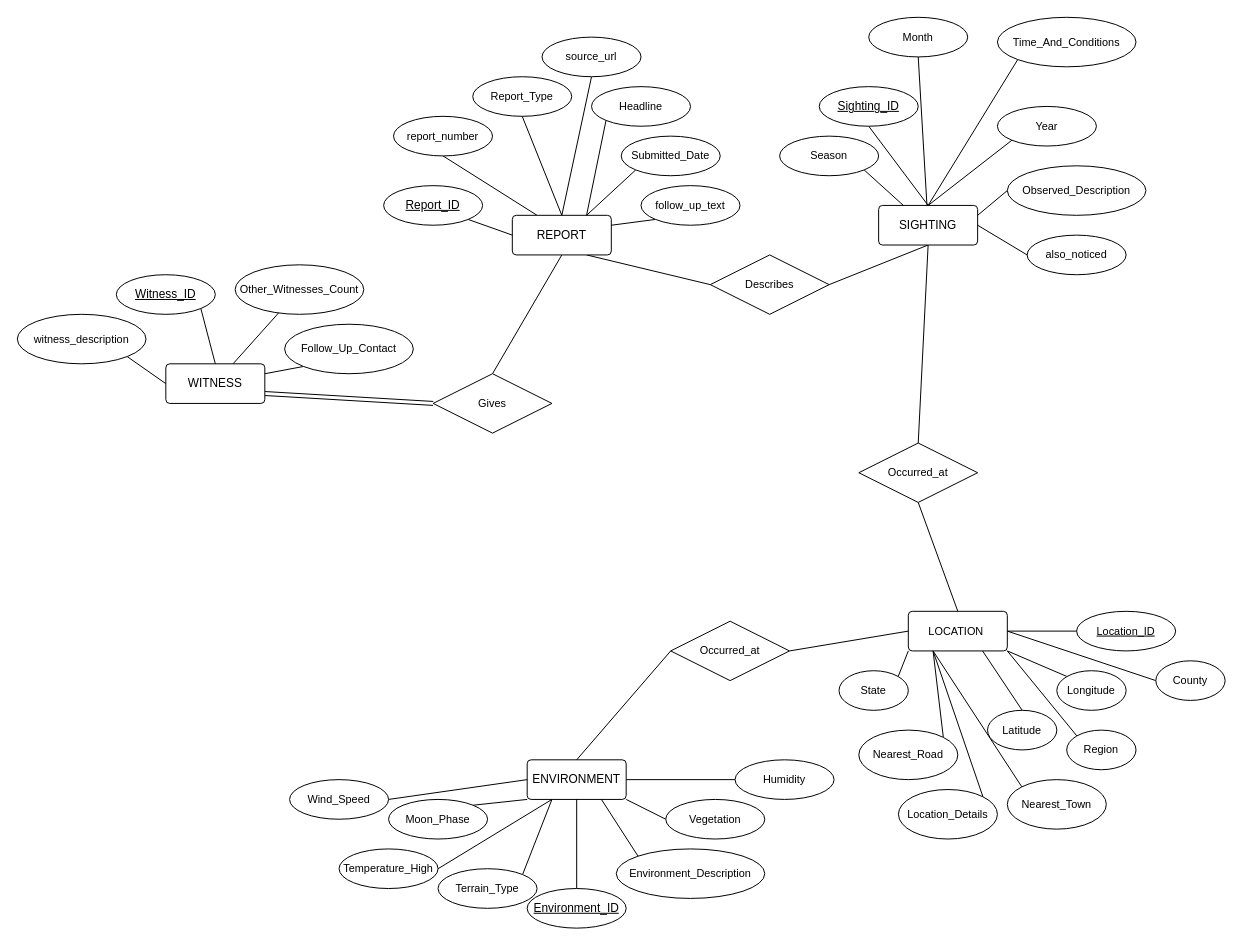
Bigfoot-In-Ass/bigfoot-sighting-db keeps this draw.io diagram as bigfoot-diagrams.drawio. Above is the earlier version. Source tidied: cells renumbered, new cells numbered last; positions are measured from the earlier drawing's top-left corner, leaving out a move shared by most shapes. Both pictures are drawn from the tidied source at 99%, with x=0, y=0 at pixel (17, 17).
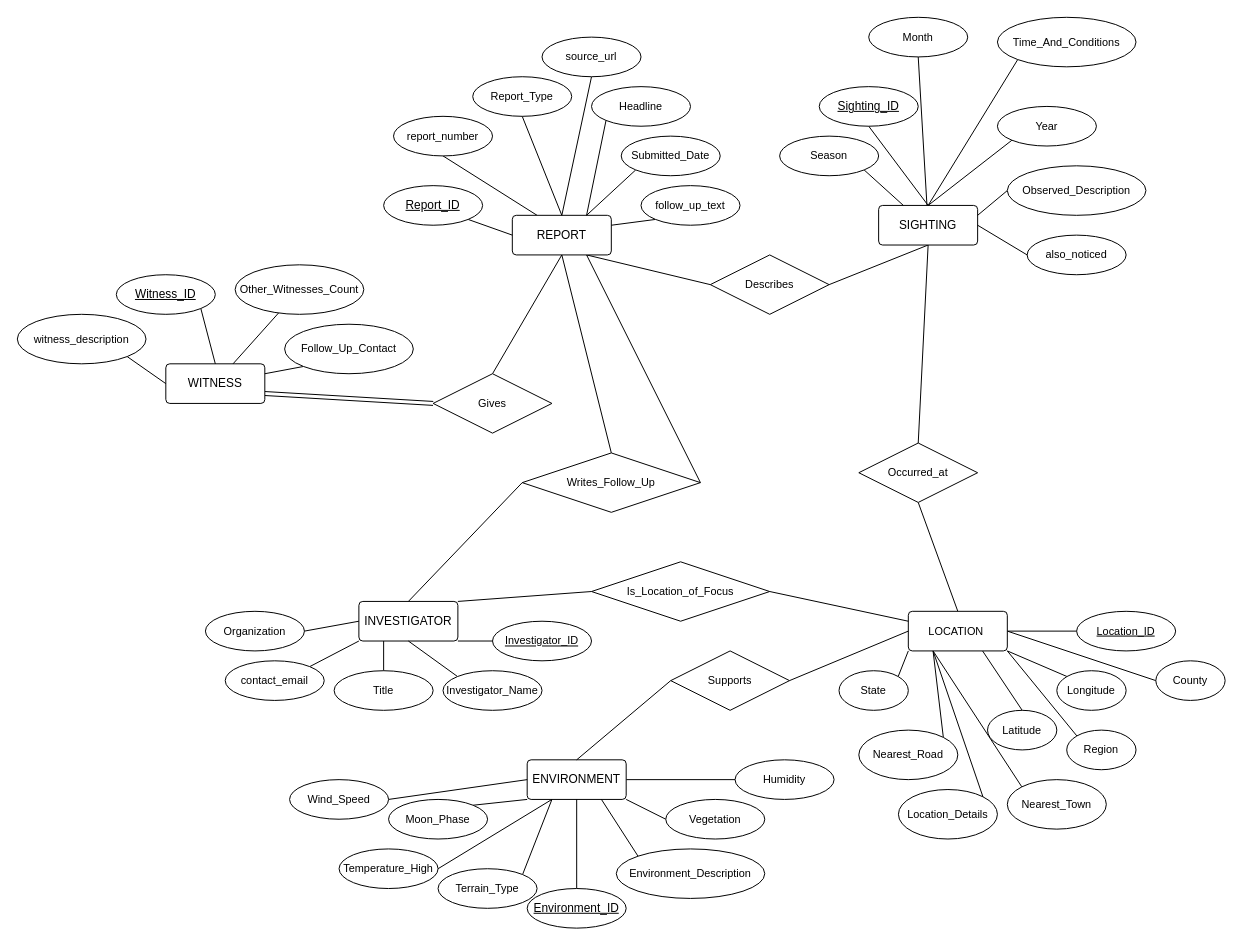
The same page after the edit.

Commit message:
resource.erd: Added `INVESTIGATOR` Note: Changed Region -> Location_of_focus relationship Note: Changed Follow_up -> Tertiary Relationship

The change refers to these unchanged cells:
```xml
<mxCell id="30" value="REPORT" style="rounded=1;arcSize=10;whiteSpace=wrap;html=1;align=center;" parent="28" vertex="1">
  <mxGeometry x="130" y="180" width="100" height="40" as="geometry" />
</mxCell>
<mxCell id="78" value="LOCATION&amp;nbsp;" style="rounded=1;arcSize=10;whiteSpace=wrap;html=1;align=center;fontFamily=Helvetica;fontSize=11;fontColor=default;labelBackgroundColor=default;" parent="71" vertex="1">
  <mxGeometry x="70" width="100" height="40" as="geometry" />
</mxCell>
```

The edit, as a diff of the source:
```diff
@@
-    <mxCell id="92" value="Occurred_at" style="shape=rhombus;perimeter=rhombusPerimeter;whiteSpace=wrap;html=1;align=center;fontFamily=Helvetica;fontSize=11;fontColor=default;labelBackgroundColor=default;" parent="1" vertex="1">
-      <mxGeometry x="660" y="610" width="120" height="60" as="geometry" />
+    <mxCell id="92" value="Supports" style="shape=rhombus;perimeter=rhombusPerimeter;whiteSpace=wrap;html=1;align=center;fontFamily=Helvetica;fontSize=11;fontColor=default;labelBackgroundColor=default;" parent="1" vertex="1">
+      <mxGeometry x="660" y="640" width="120" height="60" as="geometry" />
     </mxCell>
@@
+    <mxCell id="94" style="group;" parent="1" vertex="1">
+      <mxGeometry x="190" y="590" width="390" height="110" as="geometry" />
+    </mxCell>
+    <mxCell id="95" value="INVESTIGATOR" style="rounded=1;arcSize=10;whiteSpace=wrap;html=1;align=center;" parent="94" vertex="1">
+      <mxGeometry x="155" width="100" height="40" as="geometry" />
+    </mxCell>
+    <mxCell id="96" style="edgeStyle=none;shape=connector;rounded=1;html=1;exitX=0;exitY=0.5;exitDx=0;exitDy=0;entryX=1;entryY=1;entryDx=0;entryDy=0;strokeColor=default;align=center;verticalAlign=middle;fontFamily=Helvetica;fontSize=11;fontColor=default;labelBackgroundColor=default;endArrow=none;endFill=0;" parent="94" edge="1" source="97" target="95">
+      <mxGeometry relative="1" as="geometry" />
+    </mxCell>
+    <mxCell id="97" value="Investigator_ID" style="ellipse;whiteSpace=wrap;html=1;align=center;fontStyle=4;fontFamily=Helvetica;fontSize=11;fontColor=default;labelBackgroundColor=default;" parent="94" vertex="1">
+      <mxGeometry x="290" y="20" width="100" height="40" as="geometry" />
+    </mxCell>
+    <mxCell id="98" style="edgeStyle=none;shape=connector;rounded=1;html=1;exitX=0;exitY=0;exitDx=0;exitDy=0;entryX=0.5;entryY=1;entryDx=0;entryDy=0;strokeColor=default;align=center;verticalAlign=middle;fontFamily=Helvetica;fontSize=11;fontColor=default;labelBackgroundColor=default;endArrow=none;endFill=0;" parent="94" edge="1" source="99" target="95">
+      <mxGeometry relative="1" as="geometry" />
+    </mxCell>
+    <mxCell id="99" value="Investigator_Name" style="ellipse;whiteSpace=wrap;html=1;align=center;fontFamily=Helvetica;fontSize=11;fontColor=default;labelBackgroundColor=default;" parent="94" vertex="1">
+      <mxGeometry x="240" y="70" width="100" height="40" as="geometry" />
+    </mxCell>
+    <mxCell id="100" style="edgeStyle=none;shape=connector;rounded=1;html=1;exitX=0.5;exitY=0;exitDx=0;exitDy=0;entryX=0.25;entryY=1;entryDx=0;entryDy=0;strokeColor=default;align=center;verticalAlign=middle;fontFamily=Helvetica;fontSize=11;fontColor=default;labelBackgroundColor=default;endArrow=none;endFill=0;" parent="94" edge="1" source="101" target="95">
+      <mxGeometry relative="1" as="geometry" />
+    </mxCell>
+    <mxCell id="101" value="Title" style="ellipse;whiteSpace=wrap;html=1;align=center;fontFamily=Helvetica;fontSize=11;fontColor=default;labelBackgroundColor=default;" parent="94" vertex="1">
+      <mxGeometry x="130" y="70" width="100" height="40" as="geometry" />
+    </mxCell>
+    <mxCell id="102" style="edgeStyle=none;shape=connector;rounded=1;html=1;exitX=1;exitY=0.5;exitDx=0;exitDy=0;entryX=0;entryY=0.5;entryDx=0;entryDy=0;strokeColor=default;align=center;verticalAlign=middle;fontFamily=Helvetica;fontSize=11;fontColor=default;labelBackgroundColor=default;endArrow=none;endFill=0;" parent="94" edge="1" source="103" target="95">
+      <mxGeometry relative="1" as="geometry" />
+    </mxCell>
+    <mxCell id="103" value="Organization" style="ellipse;whiteSpace=wrap;html=1;align=center;fontFamily=Helvetica;fontSize=11;fontColor=default;labelBackgroundColor=default;" parent="94" vertex="1">
+      <mxGeometry y="10" width="100" height="40" as="geometry" />
+    </mxCell>
+    <mxCell id="104" style="edgeStyle=none;shape=connector;rounded=1;html=1;exitX=1;exitY=0;exitDx=0;exitDy=0;entryX=0;entryY=1;entryDx=0;entryDy=0;strokeColor=default;align=center;verticalAlign=middle;fontFamily=Helvetica;fontSize=11;fontColor=default;labelBackgroundColor=default;endArrow=none;endFill=0;" parent="94" edge="1" source="105" target="95">
+      <mxGeometry relative="1" as="geometry" />
+    </mxCell>
+    <mxCell id="105" value="contact_email" style="ellipse;whiteSpace=wrap;html=1;align=center;fontFamily=Helvetica;fontSize=11;fontColor=default;labelBackgroundColor=default;" parent="94" vertex="1">
+      <mxGeometry x="20" y="60" width="100" height="40" as="geometry" />
+    </mxCell>
+    <mxCell id="106" style="edgeStyle=none;shape=connector;rounded=1;html=1;exitX=1;exitY=0.5;exitDx=0;exitDy=0;entryX=0;entryY=0.25;entryDx=0;entryDy=0;strokeColor=default;align=center;verticalAlign=middle;fontFamily=Helvetica;fontSize=11;fontColor=default;labelBackgroundColor=default;endArrow=none;endFill=0;" parent="1" edge="1" source="107" target="78">
+      <mxGeometry relative="1" as="geometry" />
+    </mxCell>
+    <mxCell id="107" value="Is_Location_of_Focus" style="shape=rhombus;perimeter=rhombusPerimeter;whiteSpace=wrap;html=1;align=center;fontFamily=Helvetica;fontSize=11;fontColor=default;labelBackgroundColor=default;" parent="1" vertex="1">
+      <mxGeometry x="580" y="550" width="180" height="60" as="geometry" />
+    </mxCell>
+    <mxCell id="108" style="edgeStyle=none;shape=connector;rounded=1;html=1;exitX=1;exitY=0;exitDx=0;exitDy=0;entryX=0;entryY=0.5;entryDx=0;entryDy=0;strokeColor=default;align=center;verticalAlign=middle;fontFamily=Helvetica;fontSize=11;fontColor=default;labelBackgroundColor=default;endArrow=none;endFill=0;" parent="1" edge="1" source="95" target="107">
+      <mxGeometry relative="1" as="geometry" />
+    </mxCell>
+    <mxCell id="109" style="edgeStyle=none;shape=connector;rounded=1;html=1;exitX=1;exitY=0.5;exitDx=0;exitDy=0;entryX=0.75;entryY=1;entryDx=0;entryDy=0;strokeColor=default;align=center;verticalAlign=middle;fontFamily=Helvetica;fontSize=11;fontColor=default;labelBackgroundColor=default;endArrow=none;endFill=0;" parent="1" edge="1" source="110" target="30">
+      <mxGeometry relative="1" as="geometry" />
+    </mxCell>
+    <mxCell id="110" value="Writes_Follow_Up" style="shape=rhombus;perimeter=rhombusPerimeter;whiteSpace=wrap;html=1;align=center;fontFamily=Helvetica;fontSize=11;fontColor=default;labelBackgroundColor=default;" parent="1" vertex="1">
+      <mxGeometry x="510" y="440" width="180" height="60" as="geometry" />
+    </mxCell>
+    <mxCell id="111" style="edgeStyle=none;shape=connector;rounded=1;html=1;exitX=0.5;exitY=0;exitDx=0;exitDy=0;entryX=0;entryY=0.5;entryDx=0;entryDy=0;strokeColor=default;align=center;verticalAlign=middle;fontFamily=Helvetica;fontSize=11;fontColor=default;labelBackgroundColor=default;endArrow=none;endFill=0;" parent="1" edge="1" source="95" target="110">
+      <mxGeometry relative="1" as="geometry" />
+    </mxCell>
+    <mxCell id="112" style="edgeStyle=none;shape=connector;rounded=1;html=1;exitX=0.5;exitY=1;exitDx=0;exitDy=0;entryX=0.5;entryY=0;entryDx=0;entryDy=0;strokeColor=default;align=center;verticalAlign=middle;fontFamily=Helvetica;fontSize=11;fontColor=default;labelBackgroundColor=default;endArrow=none;endFill=0;" parent="1" edge="1" source="30" target="110">
+      <mxGeometry relative="1" as="geometry" />
+    </mxCell>
```
